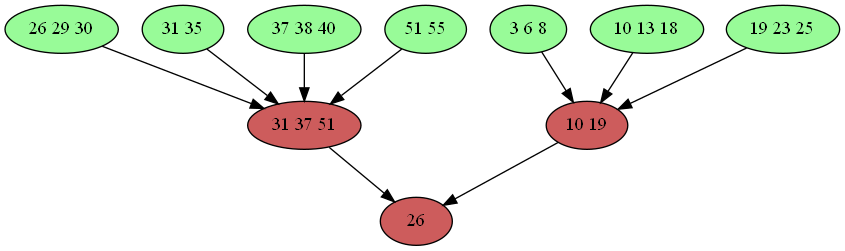
Before: code/test1_2.png, a diagram exported from Graphviz (l-iberty/BPlusTree). Its source is kept beside it as code/test1_2.dot.
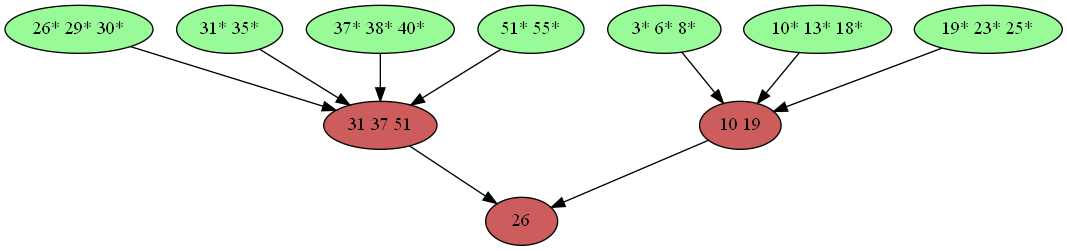
The same diagram one commit later.

What changed in the source:
```diff
@@ -1,30 +1,30 @@
 digraph G {
 	"10 19" -> "26";
 	"31 37 51" -> "26";
-	"3 6 8" -> "10 19";
-	"10 13 18" -> "10 19";
-	"19 23 25" -> "10 19";
-	"26 29 30" -> "31 37 51";
-	"31 35" -> "31 37 51";
-	"37 38 40" -> "31 37 51";
-	"51 55" -> "31 37 51";
+	"3* 6* 8*" -> "10 19";
+	"10* 13* 18*" -> "10 19";
+	"19* 23* 25*" -> "10 19";
+	"26* 29* 30*" -> "31 37 51";
+	"31* 35*" -> "31 37 51";
+	"37* 38* 40*" -> "31 37 51";
+	"51* 55*" -> "31 37 51";
 	{ rank=same "26" };
 	{ rank=same "10 19" "31 37 51" };
-	{ rank=same "3 6 8" "10 13 18" "19 23 25" "26 29 30" "31 35" "37 38 40" "51 55" };
-	{ rank=same "10 13 18" "19 23 25" "26 29 30" "31 35" "37 38 40" "51 55" };
-	{ rank=same "19 23 25" "26 29 30" "31 35" "37 38 40" "51 55" };
-	{ rank=same "26 29 30" "31 35" "37 38 40" "51 55" };
-	{ rank=same "31 35" "37 38 40" "51 55" };
-	{ rank=same "37 38 40" "51 55" };
-	{ rank=same "51 55" };
+	{ rank=same "3* 6* 8*" "10* 13* 18*" "19* 23* 25*" "26* 29* 30*" "31* 35*" "37* 38* 40*" "51* 55*" };
+	{ rank=same "10* 13* 18*" "19* 23* 25*" "26* 29* 30*" "31* 35*" "37* 38* 40*" "51* 55*" };
+	{ rank=same "19* 23* 25*" "26* 29* 30*" "31* 35*" "37* 38* 40*" "51* 55*" };
+	{ rank=same "26* 29* 30*" "31* 35*" "37* 38* 40*" "51* 55*" };
+	{ rank=same "31* 35*" "37* 38* 40*" "51* 55*" };
+	{ rank=same "37* 38* 40*" "51* 55*" };
+	{ rank=same "51* 55*" };
 	"26"[ style=filled, fillcolor=IndianRed ];
 	"10 19"[ style=filled, fillcolor=IndianRed ];
 	"31 37 51"[ style=filled, fillcolor=IndianRed ];
-	"3 6 8"[ style=filled, fillcolor=PaleGreen ];
-	"10 13 18"[ style=filled, fillcolor=PaleGreen ];
-	"19 23 25"[ style=filled, fillcolor=PaleGreen ];
-	"26 29 30"[ style=filled, fillcolor=PaleGreen ];
-	"31 35"[ style=filled, fillcolor=PaleGreen ];
-	"37 38 40"[ style=filled, fillcolor=PaleGreen ];
-	"51 55"[ style=filled, fillcolor=PaleGreen ];
+	"3* 6* 8*"[ style=filled, fillcolor=PaleGreen ];
+	"10* 13* 18*"[ style=filled, fillcolor=PaleGreen ];
+	"19* 23* 25*"[ style=filled, fillcolor=PaleGreen ];
+	"26* 29* 30*"[ style=filled, fillcolor=PaleGreen ];
+	"31* 35*"[ style=filled, fillcolor=PaleGreen ];
+	"37* 38* 40*"[ style=filled, fillcolor=PaleGreen ];
+	"51* 55*"[ style=filled, fillcolor=PaleGreen ];
 }
```
